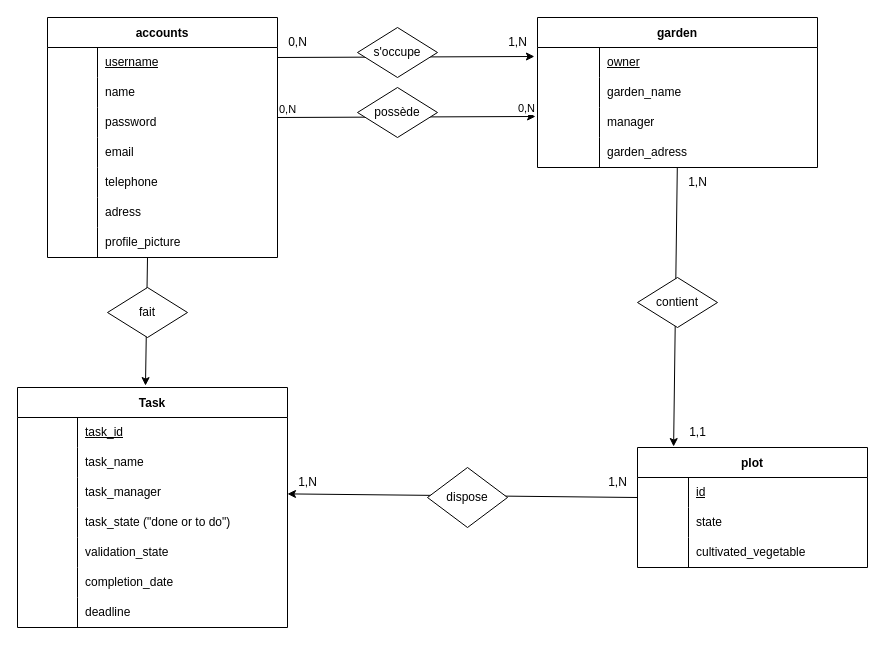
The draw.io diagram data/Schema_entite_association_PPIIversion2.drawio in kour0/TheSharedGarden, before the edit. Source tidied: cells renumbered, new cells numbered last; positions are measured from the earlier drawing's top-left corner, leaving out a move shared by most shapes. Both pictures are drawn from the tidied source at 100%, with x=0, y=0 at pixel (17, 17).
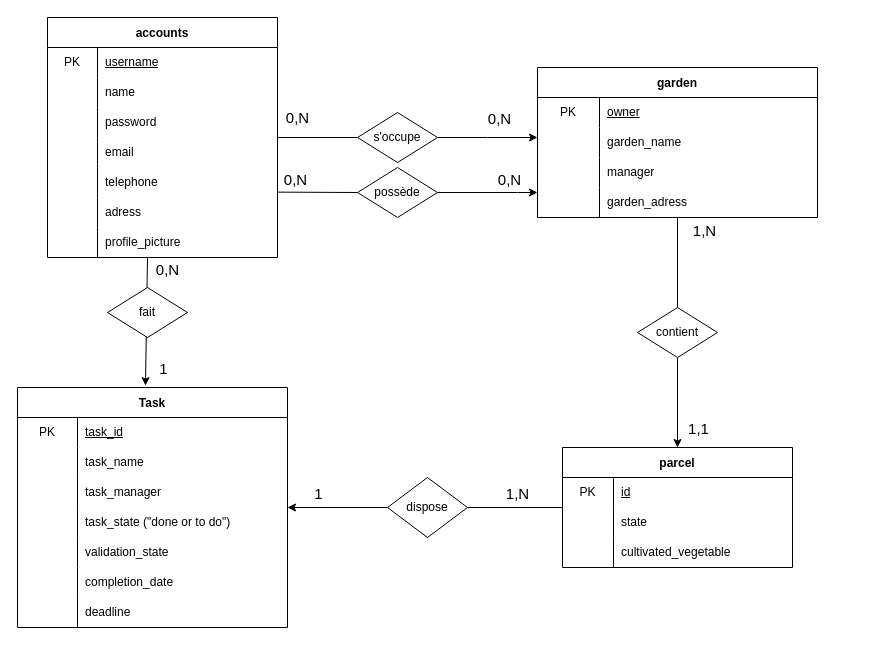
Above is the later version.

Commit message:
schema bdd

The change refers to these unchanged cells:
```xml
<mxCell id="2" value="accounts" style="shape=table;startSize=30;childLayout=tableLayout;rowLines=0;fontStyle=1;" parent="1" vertex="1">
  <mxGeometry x="30" width="230" height="240" as="geometry" />
</mxCell>
<mxCell id="3" style="shape=tableRow;horizontal=0;startSize=0;swimlaneHead=0;swimlaneBody=0;top=0;left=0;bottom=0;right=0;fillColor=none;" parent="2" vertex="1">
  <mxGeometry y="30" width="230" height="30" as="geometry" />
</mxCell>
<mxCell id="15" style="shape=tableRow;horizontal=0;startSize=0;swimlaneHead=0;swimlaneBody=0;top=0;left=0;bottom=0;right=0;fillColor=none;points=[[0,0.5],[1,0.5]];portConstraint=eastwest;" parent="2" vertex="1">
  <mxGeometry y="150" width="230" height="30" as="geometry" />
</mxCell>
<mxCell id="25" style="shape=tableRow;horizontal=0;startSize=0;swimlaneHead=0;swimlaneBody=0;top=0;left=0;bottom=0;right=0;fillColor=none;points=[[0,0.5],[1,0.5]];portConstraint=eastwest;" parent="24" vertex="1">
  <mxGeometry y="30" width="280" height="30" as="geometry" />
</mxCell>
<mxCell id="31" style="shape=tableRow;horizontal=0;startSize=0;swimlaneHead=0;swimlaneBody=0;top=0;left=0;bottom=0;right=0;fillColor=none;points=[[0,0.5],[1,0.5]];portConstraint=eastwest;" parent="24" vertex="1">
  <mxGeometry y="90" width="280" height="30" as="geometry" />
</mxCell>
<mxCell id="34" style="shape=tableRow;horizontal=0;startSize=0;swimlaneHead=0;swimlaneBody=0;top=0;left=0;bottom=0;right=0;fillColor=none;points=[[0,0.5],[1,0.5]];portConstraint=eastwest;" parent="24" vertex="1">
  <mxGeometry y="120" width="280" height="30" as="geometry" />
</mxCell>
<mxCell id="44" style="shape=tableRow;horizontal=0;startSize=0;swimlaneHead=0;swimlaneBody=0;top=0;left=0;bottom=0;right=0;fillColor=none;" parent="43" vertex="1">
  <mxGeometry y="30" width="230" height="30" as="geometry" />
</mxCell>
<mxCell id="59" value="Task" style="shape=table;startSize=30;childLayout=tableLayout;rowLines=0;fontStyle=1;" parent="1" vertex="1">
  <mxGeometry y="370" width="270" height="240" as="geometry" />
</mxCell>
<mxCell id="60" style="shape=tableRow;horizontal=0;startSize=0;swimlaneHead=0;swimlaneBody=0;top=0;left=0;bottom=0;right=0;fillColor=none;" parent="59" vertex="1">
  <mxGeometry y="30" width="270" height="30" as="geometry" />
</mxCell>
<mxCell id="66" style="shape=tableRow;horizontal=0;startSize=0;swimlaneHead=0;swimlaneBody=0;top=0;left=0;bottom=0;right=0;fillColor=none;points=[[0,0.5],[1,0.5]];portConstraint=eastwest;" parent="59" vertex="1">
  <mxGeometry y="90" width="270" height="30" as="geometry" />
</mxCell>
<mxCell id="85" style="endArrow=classic;html=1;rounded=0;entryX=0.474;entryY=-0.008;entryDx=0;entryDy=0;entryPerimeter=0;" parent="1" edge="1" target="59">
  <mxGeometry relative="1" as="geometry">
    <mxPoint x="130" y="240" as="sourcePoint" />
  </mxGeometry>
</mxCell>
```

Diff of the diagram source:
```diff
@@
-    <mxCell id="4" style="shape=partialRectangle;html=1;whiteSpace=wrap;fillColor=none;top=0;left=0;bottom=0;right=0;overflow=hidden;" parent="3" vertex="1">
+    <mxCell id="4" value="PK" style="shape=partialRectangle;html=1;whiteSpace=wrap;fillColor=none;top=0;left=0;bottom=0;right=0;overflow=hidden;" parent="3" vertex="1">
       <mxGeometry width="50" height="30" as="geometry" />
     </mxCell>
@@
+    <mxCell id="87" style="edgeStyle=orthogonalEdgeStyle;rounded=0;jettySize=auto;html=1;endArrow=none;endFill=0;" parent="1" edge="1" source="24" target="56">
+      <mxGeometry relative="1" as="geometry" />
+    </mxCell>
+    <mxCell id="88" value="1,N" style="edgeLabel;html=1;align=center;verticalAlign=middle;fontSize=15;" parent="87" vertex="1">
+      <mxGeometry x="-0.71" y="3" relative="1" as="geometry">
+        <mxPoint x="23" y="-1" as="offset" />
+      </mxGeometry>
+    </mxCell>
     <mxCell id="24" value="garden" style="shape=table;startSize=30;childLayout=tableLayout;rowLines=0;fontStyle=1;" parent="1" vertex="1">
-      <mxGeometry x="520" width="280" height="150" as="geometry" />
+      <mxGeometry x="520" y="50" width="280" height="150" as="geometry" />
     </mxCell>
@@
-    <mxCell id="26" style="shape=partialRectangle;html=1;whiteSpace=wrap;fillColor=none;top=0;left=0;bottom=0;right=0;overflow=hidden;" parent="25" vertex="1">
+    <mxCell id="26" value="PK" style="shape=partialRectangle;html=1;whiteSpace=wrap;fillColor=none;top=0;left=0;bottom=0;right=0;overflow=hidden;" parent="25" vertex="1">
       <mxGeometry width="62" height="30" as="geometry" />
     </mxCell>
@@
-    <mxCell id="37" style="endArrow=classic;html=1;rounded=0;entryX=-0.007;entryY=0.3;entryDx=0;entryDy=0;entryPerimeter=0;" parent="1" edge="1" target="31">
-      <mxGeometry relative="1" as="geometry">
-        <mxPoint x="260" y="100" as="sourcePoint" />
-      </mxGeometry>
+    <mxCell id="37" style="endArrow=none;html=1;rounded=0;endFill=0;entryX=0;entryY=0.5;entryDx=0;entryDy=0;exitX=1.001;exitY=0.821;exitDx=0;exitDy=0;exitPerimeter=0;" parent="1" edge="1" source="15" target="40">
+      <mxGeometry relative="1" as="geometry" />
     </mxCell>
-    <mxCell id="38" value="0,N" style="edgeLabel;html=1;align=left;verticalAlign=bottom;" parent="37" vertex="1">
-      <mxGeometry x="-1" relative="1" as="geometry" />
-    </mxCell>
-    <mxCell id="39" value="0,N" style="edgeLabel;html=1;align=right;verticalAlign=bottom;" parent="37" vertex="1">
-      <mxGeometry x="1" relative="1" as="geometry" />
-    </mxCell>
+    <mxCell id="89" value="0,N" style="edgeLabel;html=1;align=center;verticalAlign=middle;fontSize=15;" parent="37" vertex="1">
+      <mxGeometry x="0.33" y="-1" relative="1" as="geometry">
+        <mxPoint x="-36" y="-14" as="offset" />
+      </mxGeometry>
+    </mxCell>
+    <mxCell id="90" style="edgeStyle=orthogonalEdgeStyle;rounded=0;jettySize=auto;html=1;fontSize=15;endArrow=classic;endFill=1;" parent="1" edge="1" source="40" target="24">
+      <mxGeometry relative="1" as="geometry">
+        <Array as="points">
+          <mxPoint x="500" y="175" />
+          <mxPoint x="500" y="175" />
+        </Array>
+      </mxGeometry>
+    </mxCell>
+    <mxCell id="91" value="0,N" style="edgeLabel;html=1;align=center;verticalAlign=middle;fontSize=15;" parent="90" vertex="1">
+      <mxGeometry x="-0.37" y="1" relative="1" as="geometry">
+        <mxPoint x="39" y="-13" as="offset" />
+      </mxGeometry>
+    </mxCell>
     <mxCell id="40" value="possède" style="rhombus;whiteSpace=wrap;html=1;" parent="1" vertex="1">
-      <mxGeometry x="340" y="70" width="80" height="50" as="geometry" />
+      <mxGeometry x="340" y="150" width="80" height="50" as="geometry" />
     </mxCell>
-    <mxCell id="41" value="0,N" style="text;html=1;align=center;verticalAlign=middle;strokeColor=none;fillColor=none;" parent="1" vertex="1">
-      <mxGeometry x="260" y="10" width="40" height="30" as="geometry" />
-    </mxCell>
-    <mxCell id="42" value="1,N" style="text;html=1;align=center;verticalAlign=middle;strokeColor=none;fillColor=none;" parent="1" vertex="1">
-      <mxGeometry x="480" y="10" width="40" height="30" as="geometry" />
-    </mxCell>
-    <mxCell id="43" value="plot" style="shape=table;startSize=30;childLayout=tableLayout;rowLines=0;fontStyle=1;" parent="1" vertex="1">
-      <mxGeometry x="620" y="430" width="230" height="120" as="geometry" />
+    <mxCell id="43" value="parcel" style="shape=table;startSize=30;childLayout=tableLayout;rowLines=0;fontStyle=1;" parent="1" vertex="1">
+      <mxGeometry x="545" y="430" width="230" height="120" as="geometry" />
     </mxCell>
@@
-    <mxCell id="45" style="shape=partialRectangle;html=1;whiteSpace=wrap;fillColor=none;top=0;left=0;bottom=0;right=0;overflow=hidden;" parent="44" vertex="1">
+    <mxCell id="45" value="PK" style="shape=partialRectangle;html=1;whiteSpace=wrap;fillColor=none;top=0;left=0;bottom=0;right=0;overflow=hidden;" parent="44" vertex="1">
       <mxGeometry width="51" height="30" as="geometry" />
     </mxCell>
@@
-    <mxCell id="53" style="endArrow=classic;html=1;rounded=0;entryX=0.157;entryY=-0.008;entryDx=0;entryDy=0;entryPerimeter=0;" parent="1" edge="1" source="34" target="43">
+    <mxCell id="53" style="endArrow=classic;html=1;rounded=0;exitX=0.5;exitY=1;exitDx=0;exitDy=0;" parent="1" edge="1" source="56" target="43">
       <mxGeometry relative="1" as="geometry" />
     </mxCell>
-    <mxCell id="54" value="1,N" style="text;html=1;align=center;verticalAlign=middle;strokeColor=none;fillColor=none;" parent="1" vertex="1">
-      <mxGeometry x="660" y="150" width="40" height="30" as="geometry" />
-    </mxCell>
-    <mxCell id="55" value="1,1" style="text;html=1;align=center;verticalAlign=middle;strokeColor=none;fillColor=none;" parent="1" vertex="1">
-      <mxGeometry x="660" y="400" width="40" height="30" as="geometry" />
+    <mxCell id="55" value="1,1" style="edgeLabel;html=1;align=center;verticalAlign=middle;fontSize=15;" parent="53" vertex="1">
+      <mxGeometry x="0.23" y="4" relative="1" as="geometry">
+        <mxPoint x="16" y="15" as="offset" />
+      </mxGeometry>
     </mxCell>
     <mxCell id="56" value="contient" style="rhombus;whiteSpace=wrap;html=1;" parent="1" vertex="1">
-      <mxGeometry x="620" y="260" width="80" height="50" as="geometry" />
+      <mxGeometry x="620" y="290" width="80" height="50" as="geometry" />
     </mxCell>
-    <mxCell id="57" style="endArrow=classic;html=1;rounded=0;entryX=-0.011;entryY=0.3;entryDx=0;entryDy=0;entryPerimeter=0;" parent="1" edge="1" target="25">
-      <mxGeometry relative="1" as="geometry">
-        <mxPoint x="260" y="40" as="sourcePoint" />
-      </mxGeometry>
+    <mxCell id="57" style="endArrow=none;html=1;rounded=0;endFill=0;" parent="1" edge="1" source="2" target="58">
+      <mxGeometry relative="1" as="geometry" />
     </mxCell>
+    <mxCell id="92" value="0,N" style="edgeLabel;html=1;align=center;verticalAlign=middle;fontSize=15;" parent="57" vertex="1">
+      <mxGeometry x="0.34" y="2" relative="1" as="geometry">
+        <mxPoint x="-35" y="-19" as="offset" />
+      </mxGeometry>
+    </mxCell>
+    <mxCell id="93" style="edgeStyle=orthogonalEdgeStyle;rounded=0;jettySize=auto;html=1;fontSize=15;endArrow=classic;endFill=1;exitX=1;exitY=0.5;exitDx=0;exitDy=0;" parent="1" edge="1" source="58" target="24">
+      <mxGeometry relative="1" as="geometry">
+        <Array as="points">
+          <mxPoint x="470" y="120" />
+          <mxPoint x="470" y="120" />
+        </Array>
+      </mxGeometry>
+    </mxCell>
+    <mxCell id="94" value="0,N" style="edgeLabel;html=1;align=center;verticalAlign=middle;fontSize=15;" parent="93" vertex="1">
+      <mxGeometry x="-0.35" y="-1" relative="1" as="geometry">
+        <mxPoint x="28" y="-21" as="offset" />
+      </mxGeometry>
+    </mxCell>
     <mxCell id="58" value="s'occupe" style="rhombus;whiteSpace=wrap;html=1;" parent="1" vertex="1">
-      <mxGeometry x="340" y="10" width="80" height="50" as="geometry" />
+      <mxGeometry x="340" y="95" width="80" height="50" as="geometry" />
     </mxCell>
@@
-    <mxCell id="61" style="shape=partialRectangle;html=1;whiteSpace=wrap;fillColor=none;top=0;left=0;bottom=0;right=0;overflow=hidden;" parent="60" vertex="1">
+    <mxCell id="61" value="PK" style="shape=partialRectangle;html=1;whiteSpace=wrap;fillColor=none;top=0;left=0;bottom=0;right=0;overflow=hidden;" parent="60" vertex="1">
       <mxGeometry width="60" height="30" as="geometry" />
     </mxCell>
@@
-    <mxCell id="81" style="endArrow=classic;html=1;rounded=0;" parent="1" edge="1" target="66">
-      <mxGeometry relative="1" as="geometry">
-        <mxPoint x="620" y="480" as="sourcePoint" />
-      </mxGeometry>
+    <mxCell id="81" style="endArrow=none;html=1;rounded=0;endFill=0;" parent="1" edge="1" source="43" target="84">
+      <mxGeometry relative="1" as="geometry" />
     </mxCell>
-    <mxCell id="82" value="1,N" style="text;html=1;align=center;verticalAlign=middle;strokeColor=none;fillColor=none;" parent="1" vertex="1">
-      <mxGeometry x="270" y="450" width="40" height="30" as="geometry" />
-    </mxCell>
-    <mxCell id="83" value="1,N" style="text;html=1;align=center;verticalAlign=middle;strokeColor=none;fillColor=none;" parent="1" vertex="1">
-      <mxGeometry x="580" y="450" width="40" height="30" as="geometry" />
-    </mxCell>
+    <mxCell id="95" value="&lt;font style=&quot;font-size: 15px;&quot;&gt;1,N&lt;/font&gt;" style="edgeLabel;html=1;align=center;verticalAlign=middle;" parent="81" vertex="1">
+      <mxGeometry x="0.42" y="-4" relative="1" as="geometry">
+        <mxPoint x="21" y="-11" as="offset" />
+      </mxGeometry>
+    </mxCell>
+    <mxCell id="96" style="edgeStyle=orthogonalEdgeStyle;rounded=0;jettySize=auto;html=1;endArrow=classic;endFill=1;" parent="1" edge="1" source="84" target="59">
+      <mxGeometry relative="1" as="geometry" />
+    </mxCell>
+    <mxCell id="97" value="1" style="edgeLabel;html=1;align=center;verticalAlign=middle;fontSize=15;" parent="96" vertex="1">
+      <mxGeometry x="0.24" y="-2" relative="1" as="geometry">
+        <mxPoint x="-8" y="-13" as="offset" />
+      </mxGeometry>
+    </mxCell>
     <mxCell id="84" value="dispose" style="rhombus;whiteSpace=wrap;html=1;" parent="1" vertex="1">
-      <mxGeometry x="410" y="450" width="80" height="60" as="geometry" />
+      <mxGeometry x="370" y="460" width="80" height="60" as="geometry" />
     </mxCell>
@@
+    <mxCell id="98" value="1" style="edgeLabel;html=1;align=center;verticalAlign=middle;fontSize=15;" parent="85" vertex="1">
+      <mxGeometry x="0.51" y="1" relative="1" as="geometry">
+        <mxPoint x="16" y="13" as="offset" />
+      </mxGeometry>
+    </mxCell>
+    <mxCell id="99" value="0,N" style="edgeLabel;html=1;align=center;verticalAlign=middle;fontSize=15;" parent="85" vertex="1">
+      <mxGeometry x="-0.83" y="4" relative="1" as="geometry">
+        <mxPoint x="16" as="offset" />
+      </mxGeometry>
+    </mxCell>
```
